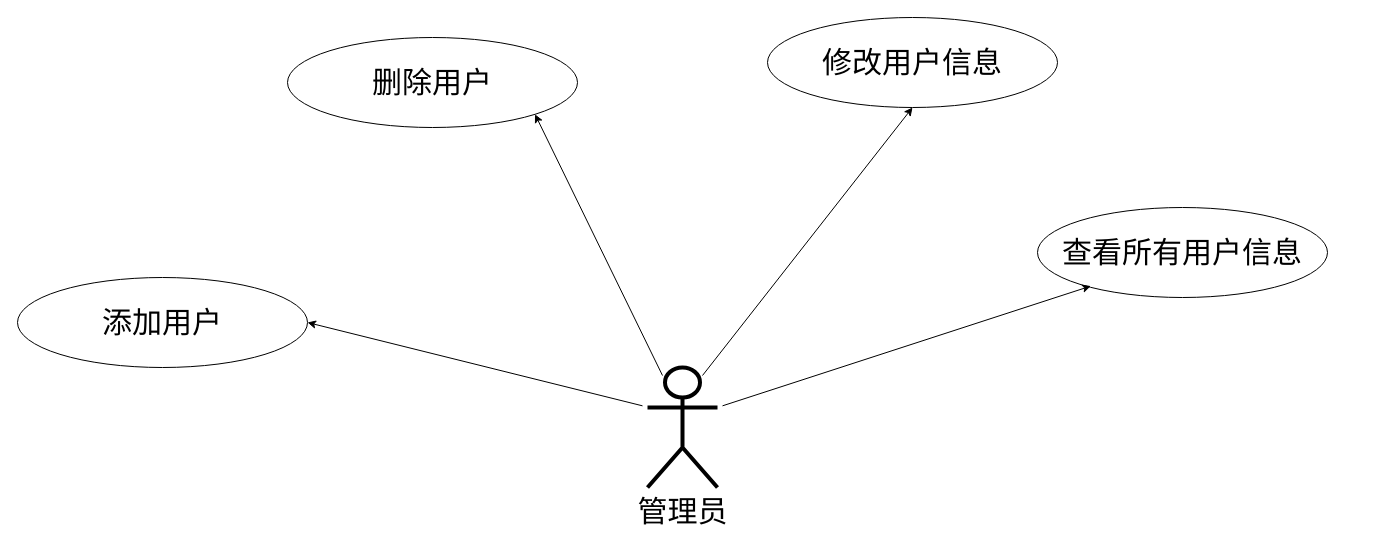
Before: chart/QtQQ_Server - 用例图.drawio in YangGuiTong/QtQQ, a draw.io diagram. Source tidied: cells renumbered, new cells numbered last; positions are measured from the earlier drawing's top-left corner, leaving out a move shared by most shapes. Both pictures are drawn from the tidied source at 100%, with x=0, y=0 at pixel (17, 17).
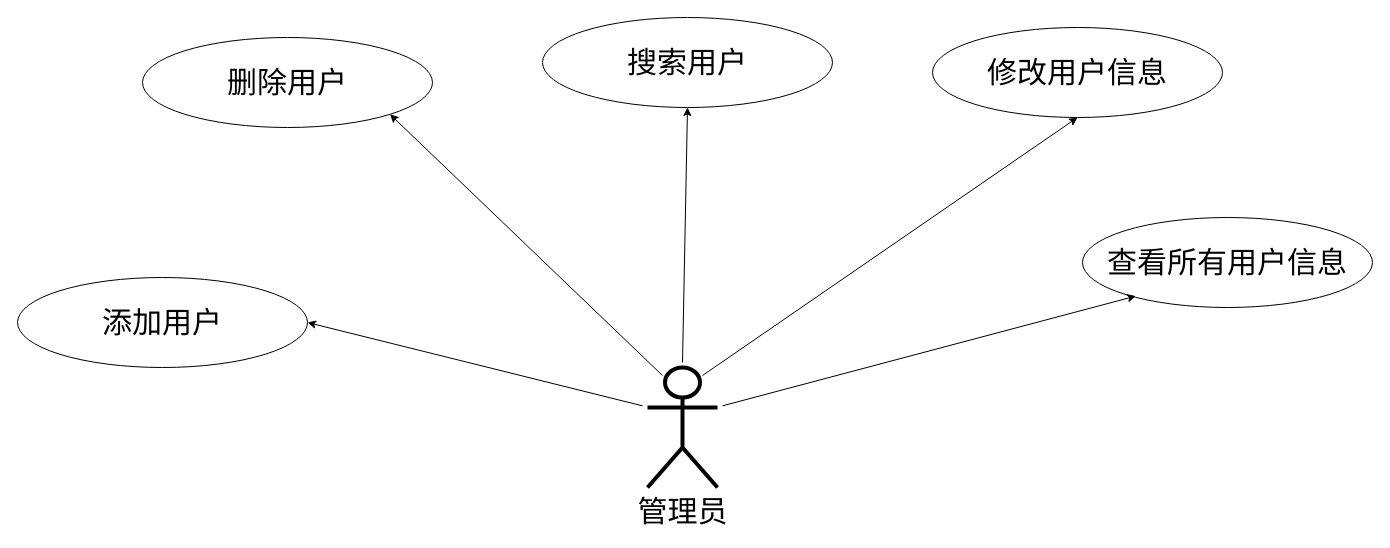
After the change.

Commit message:
更新QtQQ_Server - 用例图.drawio

The edit, as a diff of the source:
```diff
@@
 <mxGraphModel>
   <root>
     <mxCell id="0" />
     <mxCell id="1" parent="0" />
     <mxCell id="2" style="rounded=0;jettySize=auto;html=1;exitX=0;exitY=0.3333333333333333;exitDx=0;exitDy=0;exitPerimeter=0;entryX=1;entryY=0.5;entryDx=0;entryDy=0;" parent="1" edge="1" source="5" target="9">
       <mxGeometry relative="1" as="geometry" />
     </mxCell>
     <mxCell id="3" style="rounded=0;jettySize=auto;html=1;exitX=0.25;exitY=0.1;exitDx=0;exitDy=0;exitPerimeter=0;entryX=1;entryY=1;entryDx=0;entryDy=0;" parent="1" edge="1" source="5" target="7">
       <mxGeometry relative="1" as="geometry" />
     </mxCell>
     <mxCell id="4" style="edgeStyle=none;rounded=0;jettySize=auto;html=1;exitX=0.75;exitY=0.1;exitDx=0;exitDy=0;exitPerimeter=0;entryX=0.5;entryY=1;entryDx=0;entryDy=0;" parent="1" edge="1" source="5" target="8">
       <mxGeometry relative="1" as="geometry" />
     </mxCell>
+    <mxCell id="11" style="rounded=0;jettySize=auto;html=1;exitX=0.5;exitY=0;exitDx=0;exitDy=0;exitPerimeter=0;entryX=0.5;entryY=1;entryDx=0;entryDy=0;" parent="1" edge="1" source="5" target="12">
+      <mxGeometry relative="1" as="geometry" />
+    </mxCell>
     <mxCell id="5" value="&lt;font style=&quot;font-size: 30px;&quot;&gt;管理员&lt;/font&gt;" style="shape=umlActor;verticalLabelPosition=bottom;verticalAlign=top;html=1;outlineConnect=0;strokeWidth=4;perimeterSpacing=5;shadow=0;" parent="1" vertex="1">
       <mxGeometry x="630" y="350" width="70" height="120" as="geometry" />
     </mxCell>
     <mxCell id="6" value="&lt;font style=&quot;font-size: 30px;&quot;&gt;查看所有用户信息&lt;/font&gt;" style="ellipse;whiteSpace=wrap;html=1;" parent="1" vertex="1">
-      <mxGeometry x="1020" y="190" width="290" height="90" as="geometry" />
+      <mxGeometry x="1065" y="200" width="290" height="90" as="geometry" />
     </mxCell>
     <mxCell id="7" value="&lt;font style=&quot;font-size: 30px;&quot;&gt;删除用户&lt;/font&gt;" style="ellipse;whiteSpace=wrap;html=1;" parent="1" vertex="1">
-      <mxGeometry x="270" y="20" width="290" height="90" as="geometry" />
+      <mxGeometry x="125" y="20" width="290" height="90" as="geometry" />
     </mxCell>
     <mxCell id="8" value="&lt;span style=&quot;font-size: 30px;&quot;&gt;修改用户信息&lt;/span&gt;" style="ellipse;whiteSpace=wrap;html=1;" parent="1" vertex="1">
-      <mxGeometry x="750" width="290" height="90" as="geometry" />
+      <mxGeometry x="915" y="10" width="290" height="90" as="geometry" />
     </mxCell>
     <mxCell id="9" value="&lt;font style=&quot;font-size: 30px;&quot;&gt;添加用户&lt;/font&gt;" style="ellipse;whiteSpace=wrap;html=1;" parent="1" vertex="1">
       <mxGeometry y="260" width="290" height="90" as="geometry" />
     </mxCell>
     <mxCell id="10" style="edgeStyle=none;rounded=0;jettySize=auto;html=1;exitX=1;exitY=0.3333333333333333;exitDx=0;exitDy=0;exitPerimeter=0;entryX=0.184;entryY=0.873;entryDx=0;entryDy=0;entryPerimeter=0;" parent="1" edge="1" source="5" target="6">
       <mxGeometry relative="1" as="geometry" />
     </mxCell>
+    <mxCell id="12" value="&lt;font style=&quot;font-size: 30px;&quot;&gt;搜索用户&lt;/font&gt;" style="ellipse;whiteSpace=wrap;html=1;" parent="1" vertex="1">
+      <mxGeometry x="525" width="290" height="90" as="geometry" />
+    </mxCell>
   </root>
 </mxGraphModel>
```
